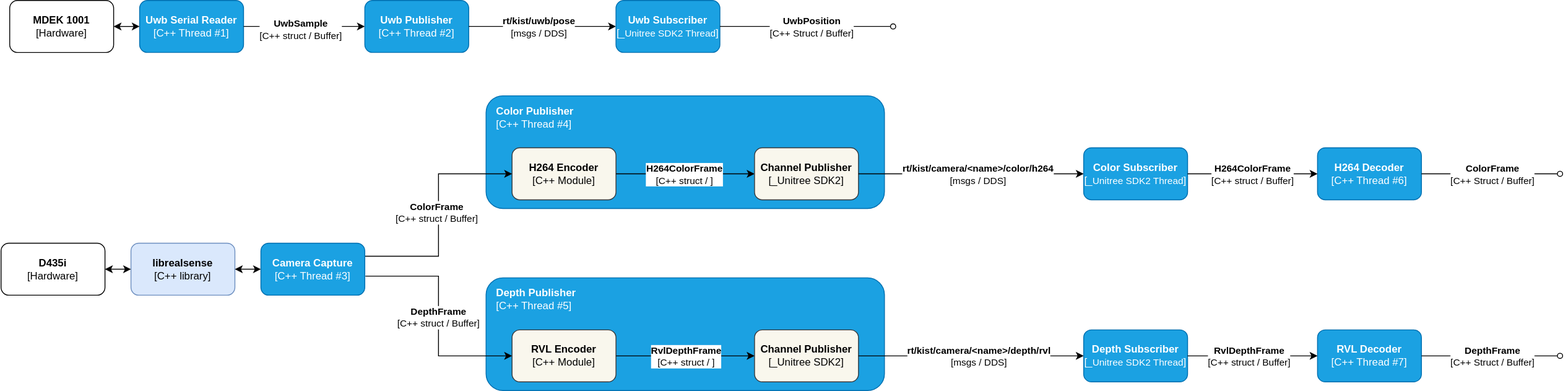
Earlier version of the draw.io export docs/kist-ext-sensor-io.svg (Safety-Node/kist-ext-sensor-io). Source tidied: cells renumbered, new cells last; positions are measured from the earlier drawing's top-left corner, leaving out a move shared by most shapes.
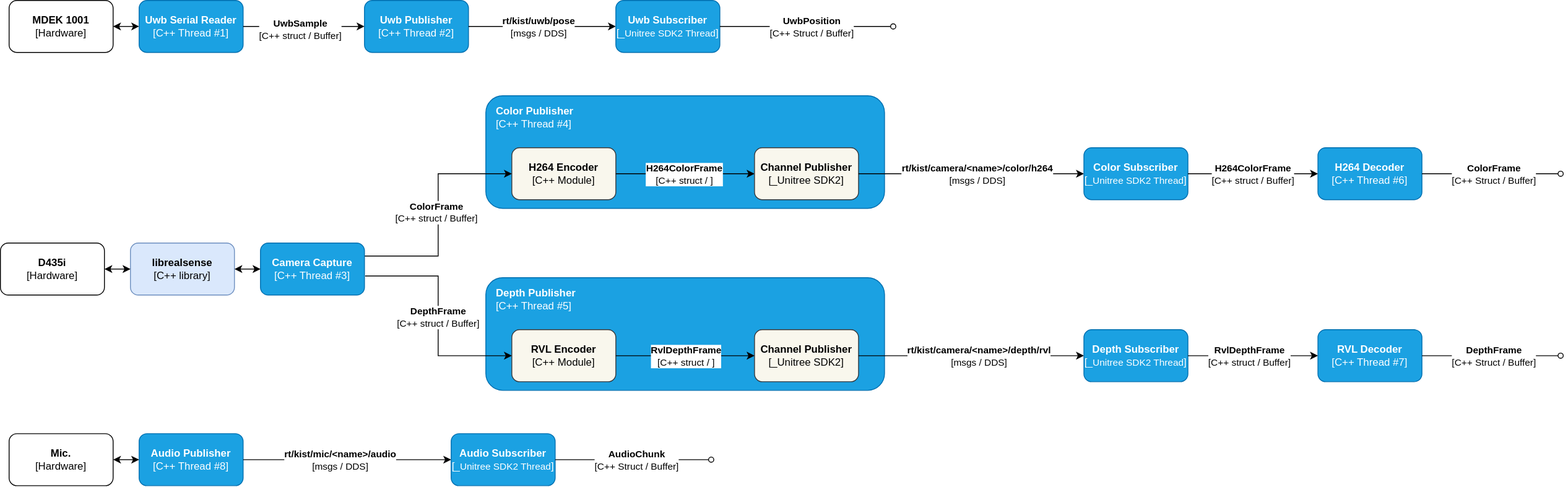
After the change.

Commit message:
docs: update architecture diagram with mic streams

Diff of the diagram source:
```diff
@@ -173,5 +173,35 @@
         <mxPoint x="-12" y="1" as="offset" />
       </mxGeometry>
     </mxCell>
+    <mxCell id="51" value="&lt;b&gt;Audio Publisher&lt;/b&gt;&lt;div&gt;[C++ Thread #8]&lt;/div&gt;" style="rounded=1;whiteSpace=wrap;html=1;fillColor=#1ba1e2;fontColor=#ffffff;strokeColor=#006EAF;" parent="1" vertex="1">
+      <mxGeometry x="160" y="500" width="120" height="60" as="geometry" />
+    </mxCell>
+    <mxCell id="52" value="&lt;div&gt;&lt;b&gt;Mic.&lt;/b&gt;&lt;/div&gt;&lt;div&gt;[Hardware]&lt;/div&gt;" style="rounded=1;whiteSpace=wrap;html=1;" parent="1" vertex="1">
+      <mxGeometry x="10" y="500" width="120" height="60" as="geometry" />
+    </mxCell>
+    <mxCell id="53" style="endArrow=classic;startArrow=classic;html=1;rounded=0;exitX=1;exitY=0.5;exitDx=0;exitDy=0;entryX=0;entryY=0.5;entryDx=0;entryDy=0;" parent="1" edge="1" source="52" target="51">
+      <mxGeometry relative="1" as="geometry" />
+    </mxCell>
+    <mxCell id="54" style="endArrow=classic;html=1;rounded=0;exitX=1;exitY=0.5;exitDx=0;exitDy=0;entryX=0;entryY=0.5;entryDx=0;entryDy=0;" parent="1" edge="1" source="51" target="56">
+      <mxGeometry relative="1" as="geometry" />
+    </mxCell>
+    <mxCell id="55" value="&lt;b&gt;rt/kist/mic/&amp;lt;name&amp;gt;/audio&lt;/b&gt;&lt;div&gt;&lt;span style=&quot;background-color: light-dark(#ffffff, var(--ge-dark-color, #121212)); color: light-dark(rgb(0, 0, 0), rgb(255, 255, 255));&quot;&gt;[msgs / DDS]&lt;/span&gt;&lt;/div&gt;" style="edgeLabel;html=1;align=center;verticalAlign=middle;" parent="54" vertex="1">
+      <mxGeometry x="-0.12" y="-3" relative="1" as="geometry">
+        <mxPoint x="6" y="-3" as="offset" />
+      </mxGeometry>
+    </mxCell>
+    <mxCell id="56" value="&lt;b&gt;Audio Subscriber&lt;/b&gt;&lt;div&gt;[&lt;font style=&quot;font-size: 11px;&quot;&gt;_Unitree SDK2 Thread&lt;/font&gt;]&lt;/div&gt;" style="rounded=1;whiteSpace=wrap;html=1;fillColor=#1ba1e2;strokeColor=#006EAF;fontColor=#ffffff;" parent="1" vertex="1">
+      <mxGeometry x="520" y="500" width="120" height="60" as="geometry" />
+    </mxCell>
+    <mxCell id="57" style="endArrow=oval;html=1;rounded=0;exitX=1;exitY=0.5;exitDx=0;exitDy=0;endFill=0;" parent="1" edge="1" source="56">
+      <mxGeometry relative="1" as="geometry">
+        <mxPoint x="820" y="530" as="targetPoint" />
+      </mxGeometry>
+    </mxCell>
+    <mxCell id="58" value="&lt;div&gt;&lt;b&gt;AudioChunk&lt;/b&gt;&lt;/div&gt;&lt;div&gt;[C++ Struct / Buffer]&lt;/div&gt;" style="edgeLabel;html=1;align=center;verticalAlign=middle;" parent="57" vertex="1">
+      <mxGeometry x="0.17" y="1" relative="1" as="geometry">
+        <mxPoint x="-12" y="1" as="offset" />
+      </mxGeometry>
+    </mxCell>
   </root>
 </mxGraphModel>
```
